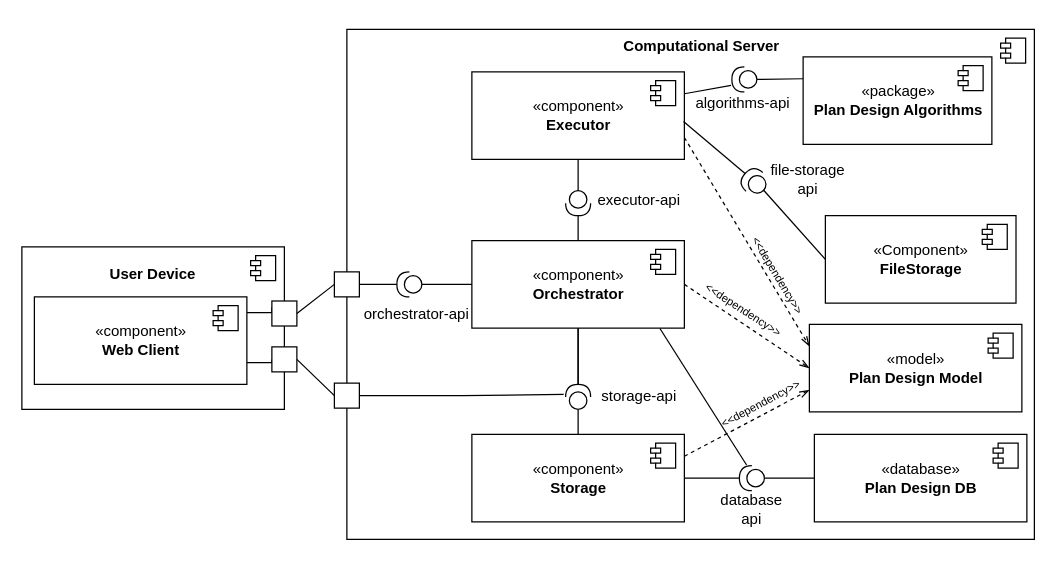
Before: master/sources/diploma/architecture/diagrams/common/component.drawio in stalker-fc/diploma, a draw.io diagram. Source tidied: cells renumbered, new cells numbered last; positions are measured from the earlier drawing's top-left corner, leaving out a move shared by most shapes. Both pictures are drawn from the tidied source at 125%, with x=0, y=0 at pixel (21, 21).
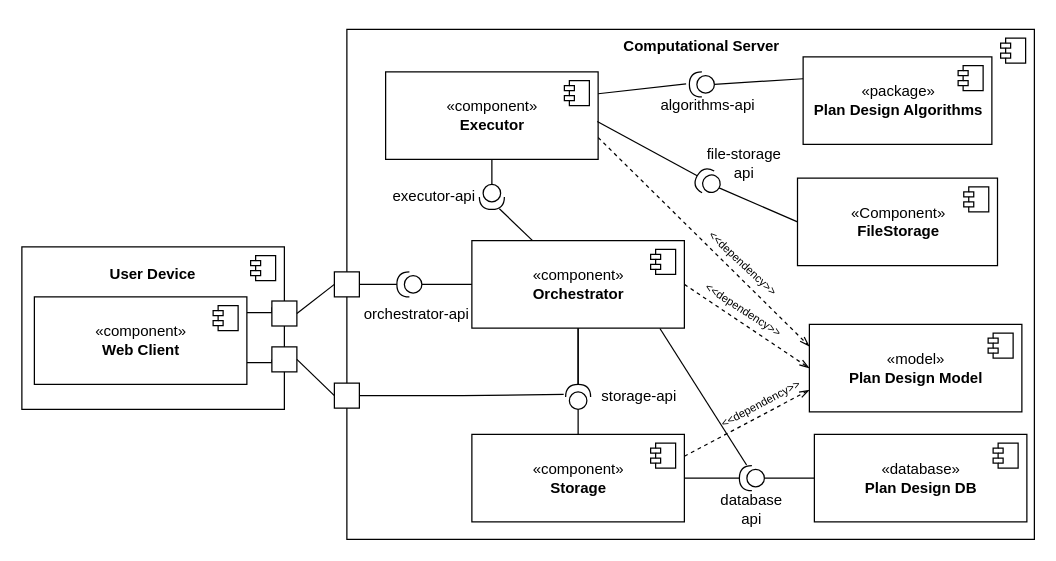
After the change.

Commit message (it also covers changes not shown here):
update diagrams for architecture

The change refers to these unchanged cells:
```xml
<mxCell id="19" value="«component»&lt;br&gt;&lt;b&gt;Orchestrator&lt;/b&gt;" style="html=1;" parent="1" vertex="1">
  <mxGeometry x="360" y="175" width="170" height="70" as="geometry" />
</mxCell>
```

Diff of the diagram source:
```diff
@@
-    <mxCell id="14" style="edgeStyle=orthogonalEdgeStyle;rounded=0;jettySize=auto;html=1;exitX=0.5;exitY=1;exitDx=0;exitDy=0;entryX=0;entryY=0.5;entryDx=0;entryDy=0;endArrow=none;endFill=0;entryPerimeter=0;" parent="1" edge="1" source="16" target="22">
+    <mxCell id="14" style="rounded=0;jettySize=auto;html=1;exitX=0.5;exitY=1;exitDx=0;exitDy=0;entryX=0;entryY=0.5;entryDx=0;entryDy=0;endArrow=none;endFill=0;entryPerimeter=0;" parent="1" edge="1" source="16" target="22">
       <mxGeometry relative="1" as="geometry" />
     </mxCell>
@@
     <mxCell id="16" value="«component»&lt;br&gt;&lt;b&gt;Executor&lt;/b&gt;" style="html=1;" parent="1" vertex="1">
-      <mxGeometry x="360" y="40" width="170" height="70" as="geometry" />
+      <mxGeometry x="291" y="40" width="170" height="70" as="geometry" />
     </mxCell>
@@
-    <mxCell id="21" style="edgeStyle=orthogonalEdgeStyle;rounded=0;jettySize=auto;html=1;exitX=1;exitY=0.5;exitDx=0;exitDy=0;exitPerimeter=0;endArrow=none;endFill=0;" parent="1" edge="1" source="22" target="19">
+    <mxCell id="21" style="rounded=0;jettySize=auto;html=1;exitX=0.975;exitY=0.2;exitDx=0;exitDy=0;exitPerimeter=0;endArrow=none;endFill=0;" parent="1" edge="1" source="22" target="19">
       <mxGeometry relative="1" as="geometry" />
     </mxCell>
     <mxCell id="22" style="shape=providedRequiredInterface;html=1;verticalLabelPosition=bottom;sketch=0;rotation=90;" parent="1" vertex="1">
-      <mxGeometry x="435" y="135" width="20" height="20" as="geometry" />
+      <mxGeometry x="366" y="130" width="20" height="20" as="geometry" />
     </mxCell>
@@
     <mxCell id="37" value="executor-api" style="text;html=1;strokeColor=none;fillColor=none;align=center;verticalAlign=middle;whiteSpace=wrap;rounded=0;" parent="1" vertex="1">
-      <mxGeometry x="444" y="128" width="100" height="30" as="geometry" />
+      <mxGeometry x="280" y="125" width="100" height="30" as="geometry" />
     </mxCell>
@@
-    <mxCell id="54" style="edgeStyle=none;rounded=0;jettySize=auto;html=1;exitX=1.031;exitY=0.264;exitDx=0;exitDy=0;exitPerimeter=0;entryX=1;entryY=0.25;entryDx=0;entryDy=0;endArrow=none;endFill=0;" parent="1" edge="1" source="55" target="16">
+    <mxCell id="54" style="edgeStyle=none;rounded=0;jettySize=auto;html=1;exitX=1.13;exitY=0.52;exitDx=0;exitDy=0;exitPerimeter=0;entryX=1;entryY=0.25;entryDx=0;entryDy=0;endArrow=none;endFill=0;" parent="1" edge="1" source="55" target="16">
       <mxGeometry relative="1" as="geometry" />
     </mxCell>
     <mxCell id="55" style="shape=providedRequiredInterface;html=1;verticalLabelPosition=bottom;sketch=0;direction=west;" parent="1" vertex="1">
-      <mxGeometry x="568" y="36" width="20" height="20" as="geometry" />
+      <mxGeometry x="534" y="40" width="20" height="20" as="geometry" />
     </mxCell>
     <mxCell id="56" value="algorithms-api" style="text;html=1;strokeColor=none;fillColor=none;align=center;verticalAlign=middle;whiteSpace=wrap;rounded=0;" parent="1" vertex="1">
-      <mxGeometry x="527" y="50" width="100" height="30" as="geometry" />
+      <mxGeometry x="499" y="52" width="100" height="30" as="geometry" />
     </mxCell>
@@
     <mxCell id="59" value="«Component»&lt;br&gt;&lt;b&gt;FileStorage&lt;/b&gt;" style="html=1;fillColor=default;" parent="1" vertex="1">
-      <mxGeometry x="642.8" y="155" width="152.5" height="70" as="geometry" />
+      <mxGeometry x="620.5" y="125" width="160" height="70" as="geometry" />
     </mxCell>
@@
-    <mxCell id="63" style="shape=providedRequiredInterface;html=1;verticalLabelPosition=bottom;sketch=0;fillColor=default;direction=west;rotation=42;" parent="1" vertex="1">
-      <mxGeometry x="576" y="118" width="20" height="20" as="geometry" />
+    <mxCell id="63" style="shape=providedRequiredInterface;html=1;verticalLabelPosition=bottom;sketch=0;fillColor=default;direction=west;rotation=29;" parent="1" vertex="1">
+      <mxGeometry x="539" y="118" width="20" height="20" as="geometry" />
     </mxCell>
     <mxCell id="64" value="file-storage&lt;br&gt;api" style="text;html=1;strokeColor=none;fillColor=none;align=center;verticalAlign=middle;whiteSpace=wrap;rounded=0;rotation=0;" parent="1" vertex="1">
-      <mxGeometry x="588" y="113" width="82" height="25" as="geometry" />
+      <mxGeometry x="537" y="100" width="82" height="25" as="geometry" />
     </mxCell>
-    <mxCell id="65" value="&lt;font style=&quot;font-size: 9px&quot;&gt;&amp;lt;&amp;lt;dependency&amp;gt;&amp;gt;&lt;/font&gt;" style="text;html=1;strokeColor=none;fillColor=none;align=center;verticalAlign=middle;whiteSpace=wrap;rounded=0;rotation=59;" parent="1" vertex="1">
-      <mxGeometry x="576" y="195" width="60" height="15" as="geometry" />
+    <mxCell id="65" value="&lt;font style=&quot;font-size: 9px&quot;&gt;&amp;lt;&amp;lt;dependency&amp;gt;&amp;gt;&lt;/font&gt;" style="text;html=1;strokeColor=none;fillColor=none;align=center;verticalAlign=middle;whiteSpace=wrap;rounded=0;rotation=43;" parent="1" vertex="1">
+      <mxGeometry x="548" y="185" width="60" height="15" as="geometry" />
     </mxCell>
```
